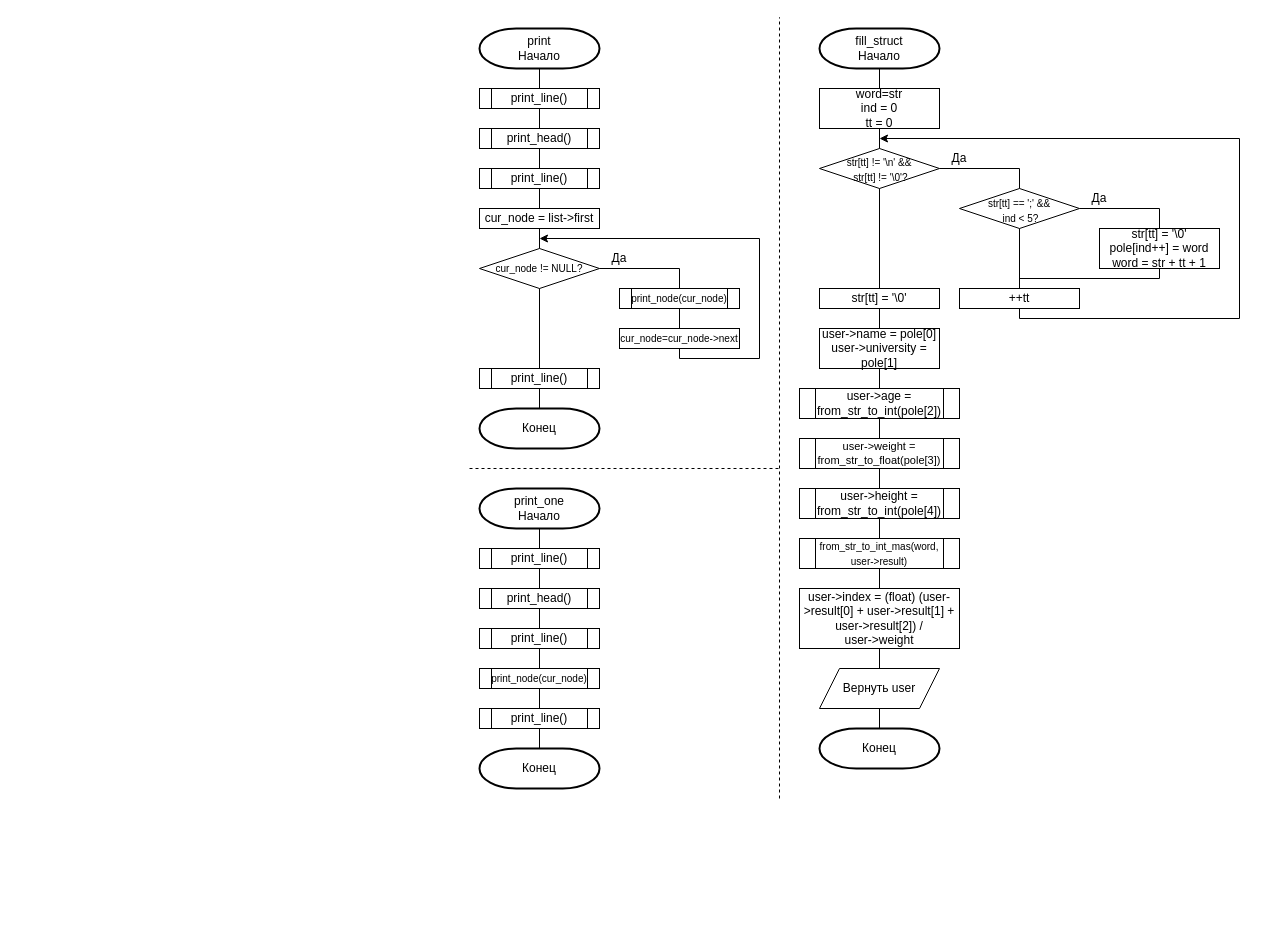
Above: page "fill+print(3)" (4 of 11) of images/Схема алгоритма.drawio in DexTver/course_work_sql (draw.io), before the change. Source tidied: cells renumbered, new cells numbered last; positions are measured from the earlier drawing's top-left corner, leaving out a move shared by most shapes. Both pictures are drawn from the tidied source at 100%, with x=0, y=0 at pixel (469, 17).
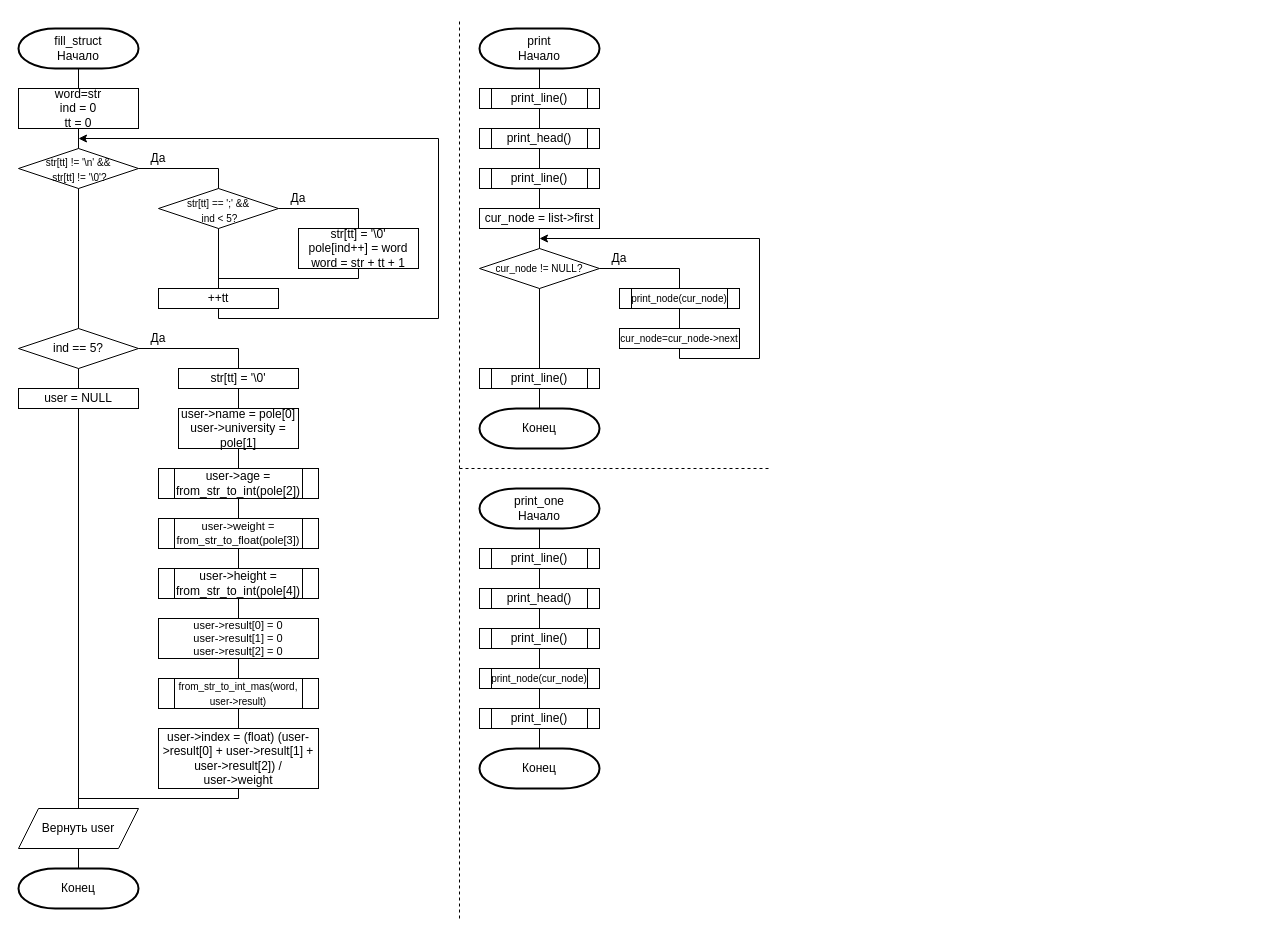
The same diagram, later.

Diff of the diagram source:
```diff
@@
     <mxCell id="2" value="fill_struct&lt;br&gt;Начало" style="strokeWidth=2;html=1;shape=mxgraph.flowchart.terminator;whiteSpace=wrap;" parent="1" vertex="1">
-      <mxGeometry x="350" y="11" width="120" height="40" as="geometry" />
+      <mxGeometry x="-451" y="11" width="120" height="40" as="geometry" />
     </mxCell>
     <mxCell id="3" value="&lt;div&gt;word=str&lt;/div&gt;ind = 0&lt;br&gt;tt = 0" style="rounded=0;whiteSpace=wrap;html=1;" parent="1" vertex="1">
-      <mxGeometry x="350" y="71" width="120" height="40" as="geometry" />
+      <mxGeometry x="-451" y="71" width="120" height="40" as="geometry" />
     </mxCell>
     <mxCell id="4" value="&lt;font style=&quot;font-size: 10px;&quot;&gt;str[tt] != '\n' &amp;amp;&amp;amp;&lt;br&gt;&amp;nbsp;str[tt] != '\0'?&lt;/font&gt;" style="strokeWidth=1;html=1;shape=mxgraph.flowchart.decision;whiteSpace=wrap;spacingTop=2;" parent="1" vertex="1">
-      <mxGeometry x="350" y="131" width="120" height="40" as="geometry" />
+      <mxGeometry x="-451" y="131" width="120" height="40" as="geometry" />
     </mxCell>
     <mxCell id="5" value="&lt;font style=&quot;font-size: 10px;&quot;&gt;str[tt] == ';' &amp;amp;&amp;amp;&lt;br&gt;&amp;nbsp;ind &amp;lt; 5?&lt;/font&gt;" style="strokeWidth=1;html=1;shape=mxgraph.flowchart.decision;whiteSpace=wrap;spacingTop=4;" parent="1" vertex="1">
-      <mxGeometry x="490" y="171" width="120" height="40" as="geometry" />
+      <mxGeometry x="-311" y="171" width="120" height="40" as="geometry" />
     </mxCell>
     <mxCell id="6" value="str[tt] = '\0'&lt;br&gt;pole[ind++] = word&lt;br&gt;word = str + tt + 1" style="rounded=0;whiteSpace=wrap;html=1;" parent="1" vertex="1">
-      <mxGeometry x="630" y="211" width="120" height="40" as="geometry" />
+      <mxGeometry x="-171" y="211" width="120" height="40" as="geometry" />
     </mxCell>
     <mxCell id="7" value="++tt" style="rounded=0;whiteSpace=wrap;html=1;" parent="1" vertex="1">
-      <mxGeometry x="490" y="271" width="120" height="20" as="geometry" />
+      <mxGeometry x="-311" y="271" width="120" height="20" as="geometry" />
     </mxCell>
@@
     <mxCell id="10" style="endArrow=none;html=1;rounded=0;entryX=1;entryY=0.5;entryDx=0;entryDy=0;entryPerimeter=0;exitX=0.5;exitY=0;exitDx=0;exitDy=0;exitPerimeter=0;" parent="1" edge="1" source="5" target="4">
       <mxGeometry relative="1" as="geometry">
         <Array as="points">
-          <mxPoint x="550" y="151" />
+          <mxPoint x="-251" y="151" />
         </Array>
       </mxGeometry>
     </mxCell>
     <mxCell id="11" style="endArrow=none;html=1;rounded=0;exitX=0.5;exitY=0;exitDx=0;exitDy=0;entryX=1;entryY=0.5;entryDx=0;entryDy=0;entryPerimeter=0;" parent="1" edge="1" source="6" target="5">
       <mxGeometry relative="1" as="geometry">
         <Array as="points">
-          <mxPoint x="690" y="191" />
+          <mxPoint x="-111" y="191" />
         </Array>
       </mxGeometry>
     </mxCell>
     <mxCell id="12" style="endArrow=none;html=1;rounded=0;entryX=0.5;entryY=1;entryDx=0;entryDy=0;" parent="1" edge="1" target="6">
       <mxGeometry relative="1" as="geometry">
-        <mxPoint x="550" y="261" as="sourcePoint" />
+        <mxPoint x="-251" y="261" as="sourcePoint" />
         <Array as="points">
-          <mxPoint x="690" y="261" />
+          <mxPoint x="-111" y="261" />
         </Array>
       </mxGeometry>
     </mxCell>
@@
-    <mxCell id="14" style="endArrow=none;html=1;rounded=0;entryX=0.5;entryY=1;entryDx=0;entryDy=0;entryPerimeter=0;exitX=0.5;exitY=0;exitDx=0;exitDy=0;" parent="1" edge="1" source="15" target="4">
+    <mxCell id="14" style="endArrow=none;html=1;rounded=0;entryX=0.5;entryY=1;entryDx=0;entryDy=0;entryPerimeter=0;exitX=0.5;exitY=0;exitDx=0;exitDy=0;exitPerimeter=0;" parent="1" edge="1" source="71" target="4">
       <mxGeometry relative="1" as="geometry" />
     </mxCell>
     <mxCell id="15" value="str[tt] = '\0'" style="rounded=0;whiteSpace=wrap;html=1;" parent="1" vertex="1">
-      <mxGeometry x="350" y="271" width="120" height="20" as="geometry" />
+      <mxGeometry x="-291" y="351" width="120" height="20" as="geometry" />
     </mxCell>
     <mxCell id="16" style="endArrow=none;html=1;rounded=0;entryX=0.5;entryY=1;entryDx=0;entryDy=0;startArrow=classic;startFill=1;" parent="1" edge="1" target="7">
       <mxGeometry relative="1" as="geometry">
-        <mxPoint x="410" y="121" as="sourcePoint" />
+        <mxPoint x="-391" y="121" as="sourcePoint" />
         <Array as="points">
-          <mxPoint x="770" y="121" />
-          <mxPoint x="770" y="301" />
-          <mxPoint x="550" y="301" />
+          <mxPoint x="-31" y="121" />
+          <mxPoint x="-31" y="301" />
+          <mxPoint x="-251" y="301" />
         </Array>
       </mxGeometry>
     </mxCell>
     <mxCell id="17" value="Да" style="text;html=1;strokeColor=none;fillColor=none;align=center;verticalAlign=middle;whiteSpace=wrap;rounded=0;" parent="1" vertex="1">
-      <mxGeometry x="460" y="126" width="60" height="30" as="geometry" />
+      <mxGeometry x="-341" y="126" width="60" height="30" as="geometry" />
     </mxCell>
     <mxCell id="18" value="Да" style="text;html=1;strokeColor=none;fillColor=none;align=center;verticalAlign=middle;whiteSpace=wrap;rounded=0;" parent="1" vertex="1">
-      <mxGeometry x="600" y="166" width="60" height="30" as="geometry" />
+      <mxGeometry x="-201" y="166" width="60" height="30" as="geometry" />
     </mxCell>
     <mxCell id="19" value="user-&amp;gt;name = pole[0]&lt;br&gt;user-&amp;gt;university = pole[1]" style="rounded=0;whiteSpace=wrap;html=1;" parent="1" vertex="1">
-      <mxGeometry x="350" y="311" width="120" height="40" as="geometry" />
+      <mxGeometry x="-291" y="391" width="120" height="40" as="geometry" />
     </mxCell>
     <mxCell id="20" value="user-&amp;gt;age = from_str_to_int(pole[2])" style="shape=process;whiteSpace=wrap;html=1;backgroundOutline=1;" parent="1" vertex="1">
-      <mxGeometry x="330" y="371" width="160" height="30" as="geometry" />
+      <mxGeometry x="-311" y="451" width="160" height="30" as="geometry" />
     </mxCell>
     <mxCell id="21" value="user-&amp;gt;weight = from_str_to_float(pole[3])" style="shape=process;whiteSpace=wrap;html=1;backgroundOutline=1;fontSize=11;" parent="1" vertex="1">
-      <mxGeometry x="330" y="421" width="160" height="30" as="geometry" />
+      <mxGeometry x="-311" y="501" width="160" height="30" as="geometry" />
     </mxCell>
     <mxCell id="22" value="user-&amp;gt;height = from_str_to_int(pole[4])" style="shape=process;whiteSpace=wrap;html=1;backgroundOutline=1;" parent="1" vertex="1">
-      <mxGeometry x="330" y="471" width="160" height="30" as="geometry" />
+      <mxGeometry x="-311" y="551" width="160" height="30" as="geometry" />
     </mxCell>
     <mxCell id="23" value="&lt;font style=&quot;font-size: 10px;&quot;&gt;from_str_to_int_mas(word, user-&amp;gt;result)&lt;/font&gt;" style="shape=process;whiteSpace=wrap;html=1;backgroundOutline=1;" parent="1" vertex="1">
-      <mxGeometry x="330" y="521" width="160" height="30" as="geometry" />
+      <mxGeometry x="-311" y="661" width="160" height="30" as="geometry" />
     </mxCell>
     <mxCell id="24" value="&lt;div&gt;user-&amp;gt;index =&amp;nbsp;&lt;span style=&quot;background-color: initial;&quot;&gt;(float) (user-&amp;gt;result[0] + user-&amp;gt;result[1] + user-&amp;gt;result[2]) /&lt;/span&gt;&lt;/div&gt;&lt;div&gt;user-&amp;gt;weight&lt;/div&gt;" style="rounded=0;whiteSpace=wrap;html=1;" parent="1" vertex="1">
-      <mxGeometry x="330" y="571" width="160" height="60" as="geometry" />
+      <mxGeometry x="-311" y="711" width="160" height="60" as="geometry" />
     </mxCell>
     <mxCell id="25" value="Вернуть user" style="shape=parallelogram;perimeter=parallelogramPerimeter;whiteSpace=wrap;html=1;fixedSize=1;" parent="1" vertex="1">
-      <mxGeometry x="350" y="651" width="120" height="40" as="geometry" />
+      <mxGeometry x="-451" y="791" width="120" height="40" as="geometry" />
     </mxCell>
     <mxCell id="26" value="Конец" style="strokeWidth=2;html=1;shape=mxgraph.flowchart.terminator;whiteSpace=wrap;" parent="1" vertex="1">
-      <mxGeometry x="350" y="711" width="120" height="40" as="geometry" />
+      <mxGeometry x="-451" y="851" width="120" height="40" as="geometry" />
     </mxCell>
-    <mxCell id="27" style="endArrow=none;html=1;rounded=0;entryX=0.5;entryY=1;entryDx=0;entryDy=0;exitX=0.5;exitY=0;exitDx=0;exitDy=0;" parent="1" edge="1" source="19" target="15">
-      <mxGeometry relative="1" as="geometry" />
-    </mxCell>
@@
-    <mxCell id="31" style="endArrow=none;html=1;rounded=0;entryX=0.5;entryY=1;entryDx=0;entryDy=0;exitX=0.5;exitY=0;exitDx=0;exitDy=0;" parent="1" edge="1" source="23" target="22">
-      <mxGeometry relative="1" as="geometry" />
-    </mxCell>
@@
-    <mxCell id="33" style="endArrow=none;html=1;rounded=0;entryX=0.5;entryY=1;entryDx=0;entryDy=0;exitX=0.5;exitY=0;exitDx=0;exitDy=0;" parent="1" edge="1" source="25" target="24">
-      <mxGeometry relative="1" as="geometry" />
-    </mxCell>
-    <mxCell id="34" style="endArrow=none;html=1;rounded=0;entryX=0.5;entryY=1;entryDx=0;entryDy=0;exitX=0.5;exitY=0;exitDx=0;exitDy=0;exitPerimeter=0;" parent="1" edge="1" source="26" target="25">
+    <mxCell id="34" style="endArrow=none;html=1;rounded=0;exitX=0.5;exitY=0;exitDx=0;exitDy=0;exitPerimeter=0;" parent="1" edge="1" source="26" target="25">
       <mxGeometry relative="1" as="geometry" />
     </mxCell>
@@
     <mxCell id="69" style="endArrow=none;dashed=1;html=1;rounded=0;" parent="1" edge="1">
       <mxGeometry relative="1" as="geometry">
-        <mxPoint x="310" y="781" as="sourcePoint" />
-        <mxPoint x="310" y="-0.2" as="targetPoint" />
+        <mxPoint x="-10" y="901" as="sourcePoint" />
+        <mxPoint x="-10" y="1" as="targetPoint" />
       </mxGeometry>
     </mxCell>
     <mxCell id="70" style="endArrow=none;dashed=1;html=1;rounded=0;" parent="1" edge="1">
       <mxGeometry relative="1" as="geometry">
-        <mxPoint y="451" as="sourcePoint" />
-        <mxPoint x="310" y="451" as="targetPoint" />
+        <mxPoint x="-10" y="451" as="sourcePoint" />
+        <mxPoint x="300" y="451" as="targetPoint" />
       </mxGeometry>
     </mxCell>
+    <mxCell id="71" value="ind == 5?" style="strokeWidth=1;html=1;shape=mxgraph.flowchart.decision;whiteSpace=wrap;" parent="1" vertex="1">
+      <mxGeometry x="-451" y="311" width="120" height="40" as="geometry" />
+    </mxCell>
+    <mxCell id="27" style="endArrow=none;html=1;rounded=0;entryX=0.5;entryY=1;entryDx=0;entryDy=0;exitX=0.5;exitY=0;exitDx=0;exitDy=0;" parent="1" edge="1" source="19" target="15">
+      <mxGeometry relative="1" as="geometry" />
+    </mxCell>
+    <mxCell id="72" value="user-&amp;gt;result[0] = 0&lt;div style=&quot;font-size: 11px;&quot;&gt;user-&amp;gt;result[1] = 0&lt;br style=&quot;font-size: 11px;&quot;&gt;&lt;/div&gt;&lt;div style=&quot;font-size: 11px;&quot;&gt;user-&amp;gt;result[2] = 0&lt;br style=&quot;font-size: 11px;&quot;&gt;&lt;/div&gt;" style="rounded=0;whiteSpace=wrap;html=1;fontSize=11;" parent="1" vertex="1">
+      <mxGeometry x="-311" y="601" width="160" height="40" as="geometry" />
+    </mxCell>
+    <mxCell id="73" style="endArrow=none;html=1;rounded=0;entryX=0.5;entryY=1;entryDx=0;entryDy=0;exitX=0.5;exitY=0;exitDx=0;exitDy=0;" parent="1" edge="1" source="72" target="22">
+      <mxGeometry relative="1" as="geometry" />
+    </mxCell>
+    <mxCell id="74" style="endArrow=none;html=1;rounded=0;entryX=0.5;entryY=1;entryDx=0;entryDy=0;exitX=0.5;exitY=0;exitDx=0;exitDy=0;" parent="1" edge="1" source="23" target="72">
+      <mxGeometry relative="1" as="geometry" />
+    </mxCell>
+    <mxCell id="75" value="user = NULL" style="rounded=0;whiteSpace=wrap;html=1;" parent="1" vertex="1">
+      <mxGeometry x="-451" y="371" width="120" height="20" as="geometry" />
+    </mxCell>
+    <mxCell id="76" style="endArrow=none;html=1;rounded=0;entryX=0.5;entryY=1;entryDx=0;entryDy=0;exitX=0.5;exitY=0;exitDx=0;exitDy=0;" parent="1" edge="1" source="25" target="75">
+      <mxGeometry relative="1" as="geometry" />
+    </mxCell>
+    <mxCell id="77" style="endArrow=none;html=1;rounded=0;entryX=0.5;entryY=1;entryDx=0;entryDy=0;entryPerimeter=0;exitX=0.5;exitY=0;exitDx=0;exitDy=0;" parent="1" edge="1" source="75" target="71">
+      <mxGeometry relative="1" as="geometry" />
+    </mxCell>
+    <mxCell id="78" style="endArrow=none;html=1;rounded=0;entryX=1;entryY=0.5;entryDx=0;entryDy=0;entryPerimeter=0;exitX=0.5;exitY=0;exitDx=0;exitDy=0;" parent="1" edge="1" source="15" target="71">
+      <mxGeometry relative="1" as="geometry">
+        <Array as="points">
+          <mxPoint x="-231" y="331" />
+        </Array>
+      </mxGeometry>
+    </mxCell>
+    <mxCell id="79" style="endArrow=none;html=1;rounded=0;entryX=0.5;entryY=1;entryDx=0;entryDy=0;" parent="1" edge="1" target="24">
+      <mxGeometry relative="1" as="geometry">
+        <mxPoint x="-391" y="781" as="sourcePoint" />
+        <Array as="points">
+          <mxPoint x="-231" y="781" />
+        </Array>
+      </mxGeometry>
+    </mxCell>
+    <mxCell id="80" value="Да" style="text;html=1;strokeColor=none;fillColor=none;align=center;verticalAlign=middle;whiteSpace=wrap;rounded=0;" parent="1" vertex="1">
+      <mxGeometry x="-341" y="306" width="60" height="30" as="geometry" />
+    </mxCell>
```
